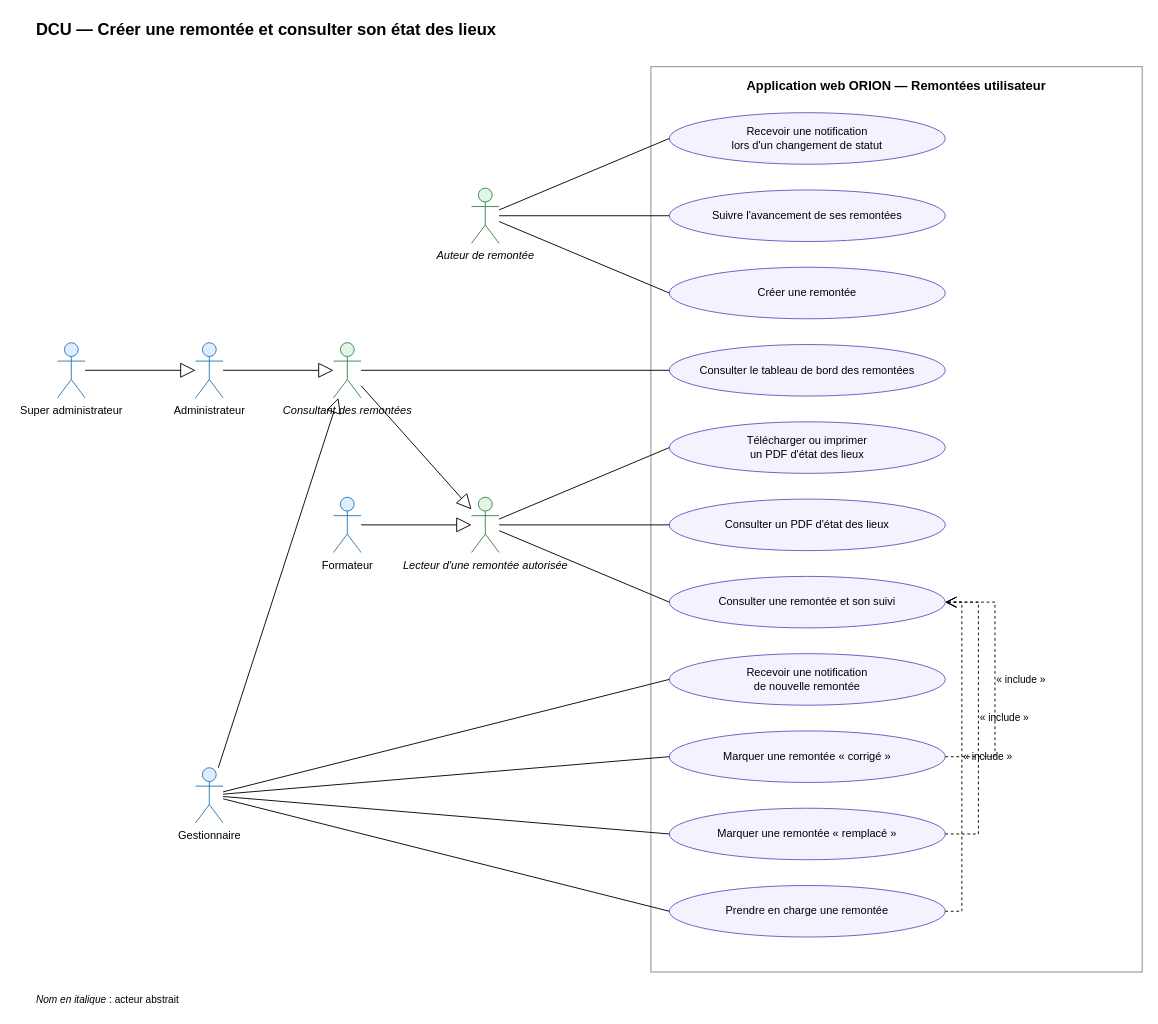
bpierrelouis/aster keeps this draw.io diagram as docs/02-ANALYSE/02-CAPTURE-DES-BESOINS/06-DCU-REMONTEES-UTILISATEUR.drawio. Above is the earlier version. Source tidied: cells renumbered, new cells numbered last; positions are measured from the earlier drawing's top-left corner, leaving out a move shared by most shapes. Both pictures are drawn from the tidied source at 92%, with x=0, y=0 at pixel (34, 16).
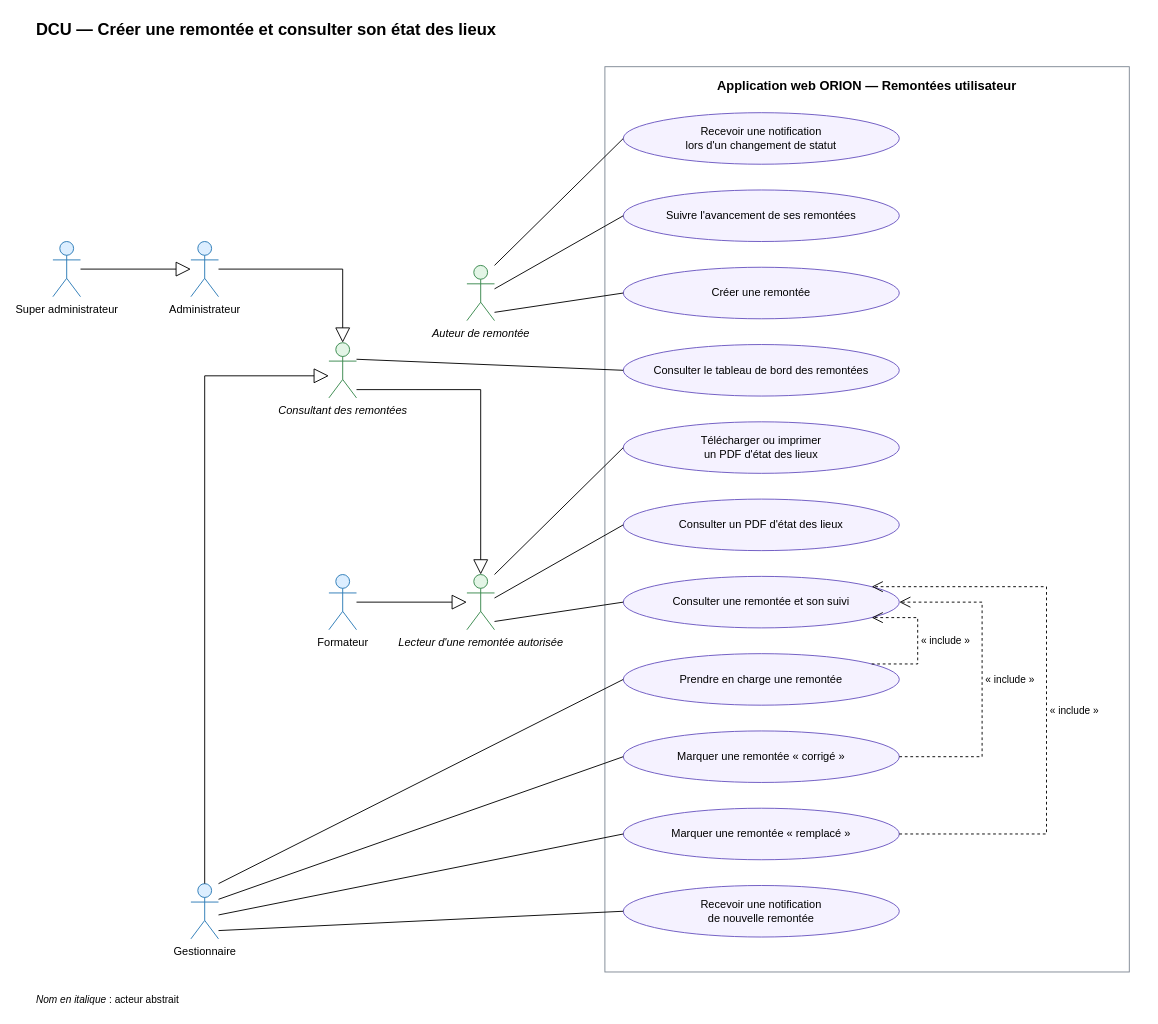
The same page after the edit.

The change refers to these unchanged cells:
```xml
<mxCell id="4" value="Créer une remontée" style="ellipse;whiteSpace=wrap;html=1;fontSize=12;fillColor=#F5F2FF;strokeColor=#6954C0;" parent="3" vertex="1">
  <mxGeometry x="20" y="218" width="300" height="56" as="geometry" />
</mxCell>
<mxCell id="5" value="Suivre l'avancement de ses remontées" style="ellipse;whiteSpace=wrap;html=1;fontSize=12;fillColor=#F5F2FF;strokeColor=#6954C0;" parent="3" vertex="1">
  <mxGeometry x="20" y="134" width="300" height="56" as="geometry" />
</mxCell>
<mxCell id="6" value="Consulter une remontée et son suivi" style="ellipse;whiteSpace=wrap;html=1;fontSize=12;fillColor=#F5F2FF;strokeColor=#6954C0;" parent="3" vertex="1">
  <mxGeometry x="20" y="554" width="300" height="56" as="geometry" />
</mxCell>
<mxCell id="7" value="Consulter un PDF d'état des lieux" style="ellipse;whiteSpace=wrap;html=1;fontSize=12;fillColor=#F5F2FF;strokeColor=#6954C0;" parent="3" vertex="1">
  <mxGeometry x="20" y="470" width="300" height="56" as="geometry" />
</mxCell>
<mxCell id="8" value="Télécharger ou imprimer&lt;br&gt;un PDF d'état des lieux" style="ellipse;whiteSpace=wrap;html=1;fontSize=12;fillColor=#F5F2FF;strokeColor=#6954C0;" parent="3" vertex="1">
  <mxGeometry x="20" y="386" width="300" height="56" as="geometry" />
</mxCell>
<mxCell id="9" value="Consulter le tableau de bord des remontées" style="ellipse;whiteSpace=wrap;html=1;fontSize=12;fillColor=#F5F2FF;strokeColor=#6954C0;" parent="3" vertex="1">
  <mxGeometry x="20" y="302" width="300" height="56" as="geometry" />
</mxCell>
<mxCell id="11" value="Marquer une remontée « remplacé »" style="ellipse;whiteSpace=wrap;html=1;fontSize=12;fillColor=#F5F2FF;strokeColor=#6954C0;" parent="3" vertex="1">
  <mxGeometry x="20" y="806" width="300" height="56" as="geometry" />
</mxCell>
<mxCell id="12" value="Marquer une remontée « corrigé »" style="ellipse;whiteSpace=wrap;html=1;fontSize=12;fillColor=#F5F2FF;strokeColor=#6954C0;" parent="3" vertex="1">
  <mxGeometry x="20" y="722" width="300" height="56" as="geometry" />
</mxCell>
<mxCell id="13" value="Recevoir une notification&lt;br&gt;lors d'un changement de statut" style="ellipse;whiteSpace=wrap;html=1;fontSize=12;fillColor=#F5F2FF;strokeColor=#6954C0;" parent="3" vertex="1">
  <mxGeometry x="20" y="50" width="300" height="56" as="geometry" />
</mxCell>
```

Change to the diagram source:
```diff
@@
     <mxCell id="3" value="Application web ORION — Remontées utilisateur" style="rounded=0;whiteSpace=wrap;html=1;verticalAlign=top;fontStyle=1;fontSize=14;fillColor=none;strokeColor=#7D8793;spacingTop=6;" parent="1" vertex="1">
-      <mxGeometry x="670" y="55" width="534" height="984" as="geometry" />
+      <mxGeometry x="620" y="55" width="570" height="984" as="geometry" />
     </mxCell>
@@
     <mxCell id="10" value="Prendre en charge une remontée" style="ellipse;whiteSpace=wrap;html=1;fontSize=12;fillColor=#F5F2FF;strokeColor=#6954C0;" parent="3" vertex="1">
-      <mxGeometry x="20" y="890" width="300" height="56" as="geometry" />
+      <mxGeometry x="20" y="638" width="300" height="56" as="geometry" />
     </mxCell>
@@
     <mxCell id="14" value="Recevoir une notification&lt;br&gt;de nouvelle remontée" style="ellipse;whiteSpace=wrap;html=1;fontSize=12;fillColor=#F5F2FF;strokeColor=#6954C0;" parent="3" vertex="1">
-      <mxGeometry x="20" y="638" width="300" height="56" as="geometry" />
+      <mxGeometry x="20" y="890" width="300" height="56" as="geometry" />
     </mxCell>
     <mxCell id="15" value="Auteur de remontée" style="shape=umlActor;verticalLabelPosition=bottom;verticalAlign=top;html=1;outlineConnect=0;fontSize=12;fillColor=#E3F5E6;strokeColor=#35864A;fontStyle=2;" parent="1" vertex="1">
-      <mxGeometry x="475" y="187" width="30" height="60" as="geometry" />
+      <mxGeometry x="470" y="271" width="30" height="60" as="geometry" />
     </mxCell>
     <mxCell id="16" value="Lecteur d'une remontée autorisée" style="shape=umlActor;verticalLabelPosition=bottom;verticalAlign=top;html=1;outlineConnect=0;fontSize=12;fillColor=#E3F5E6;strokeColor=#35864A;fontStyle=2;" parent="1" vertex="1">
-      <mxGeometry x="475" y="523" width="30" height="60" as="geometry" />
+      <mxGeometry x="470" y="607" width="30" height="60" as="geometry" />
     </mxCell>
     <mxCell id="17" value="Consultant des remontées" style="shape=umlActor;verticalLabelPosition=bottom;verticalAlign=top;html=1;outlineConnect=0;fontSize=12;fillColor=#E3F5E6;strokeColor=#35864A;fontStyle=2;" parent="1" vertex="1">
-      <mxGeometry x="325" y="355" width="30" height="60" as="geometry" />
+      <mxGeometry x="320" y="355" width="30" height="60" as="geometry" />
     </mxCell>
     <mxCell id="18" value="Formateur" style="shape=umlActor;verticalLabelPosition=bottom;verticalAlign=top;html=1;outlineConnect=0;fontSize=12;fillColor=#DCEEFF;strokeColor=#2878B5;" parent="1" vertex="1">
-      <mxGeometry x="325" y="523" width="30" height="60" as="geometry" />
+      <mxGeometry x="320" y="607" width="30" height="60" as="geometry" />
     </mxCell>
     <mxCell id="19" value="Administrateur" style="shape=umlActor;verticalLabelPosition=bottom;verticalAlign=top;html=1;outlineConnect=0;fontSize=12;fillColor=#DCEEFF;strokeColor=#2878B5;" parent="1" vertex="1">
-      <mxGeometry x="175" y="355" width="30" height="60" as="geometry" />
+      <mxGeometry x="170" y="245" width="30" height="60" as="geometry" />
     </mxCell>
     <mxCell id="20" value="Gestionnaire" style="shape=umlActor;verticalLabelPosition=bottom;verticalAlign=top;html=1;outlineConnect=0;fontSize=12;fillColor=#DCEEFF;strokeColor=#2878B5;" parent="1" vertex="1">
-      <mxGeometry x="175" y="817" width="30" height="60" as="geometry" />
+      <mxGeometry x="170" y="943" width="30" height="60" as="geometry" />
     </mxCell>
     <mxCell id="21" value="Super administrateur" style="shape=umlActor;verticalLabelPosition=bottom;verticalAlign=top;html=1;outlineConnect=0;fontSize=12;fillColor=#DCEEFF;strokeColor=#2878B5;" parent="1" vertex="1">
-      <mxGeometry x="25" y="355" width="30" height="60" as="geometry" />
+      <mxGeometry x="20" y="245" width="30" height="60" as="geometry" />
     </mxCell>
-    <mxCell id="22" style="endArrow=block;endFill=0;endSize=14;html=1;rounded=0;" parent="1" edge="1" source="18" target="16">
+    <mxCell id="22" style="endArrow=block;endFill=0;endSize=14;html=1;rounded=0;edgeStyle=none;exitX=1;exitY=0.5;exitDx=0;exitDy=0;exitPerimeter=0;entryX=0;entryY=0.5;entryDx=0;entryDy=0;entryPerimeter=0;" parent="1" edge="1" source="18" target="16">
       <mxGeometry relative="1" as="geometry" />
     </mxCell>
-    <mxCell id="23" style="endArrow=block;endFill=0;endSize=14;html=1;rounded=0;" parent="1" edge="1" source="19" target="17">
-      <mxGeometry relative="1" as="geometry" />
+    <mxCell id="23" style="endArrow=block;endFill=0;endSize=14;html=1;rounded=0;edgeStyle=none;exitX=1;exitY=0.5;exitDx=0;exitDy=0;exitPerimeter=0;entryX=0.5;entryY=0;entryDx=0;entryDy=0;entryPerimeter=0;" parent="1" edge="1" source="19" target="17">
+      <mxGeometry relative="1" as="geometry">
+        <Array as="points">
+          <mxPoint x="335" y="275" />
+        </Array>
+      </mxGeometry>
     </mxCell>
-    <mxCell id="24" style="endArrow=block;endFill=0;endSize=14;html=1;rounded=0;" parent="1" edge="1" source="20" target="17">
-      <mxGeometry relative="1" as="geometry" />
+    <mxCell id="24" style="endArrow=block;endFill=0;endSize=14;html=1;rounded=0;edgeStyle=none;exitX=0.5;exitY=0;exitDx=0;exitDy=0;exitPerimeter=0;entryX=0;entryY=0.6;entryDx=0;entryDy=0;entryPerimeter=0;" parent="1" edge="1" source="20" target="17">
+      <mxGeometry relative="1" as="geometry">
+        <Array as="points">
+          <mxPoint x="185" y="391" />
+        </Array>
+      </mxGeometry>
     </mxCell>
-    <mxCell id="25" style="endArrow=block;endFill=0;endSize=14;html=1;rounded=0;" parent="1" edge="1" source="17" target="16">
-      <mxGeometry relative="1" as="geometry" />
+    <mxCell id="25" style="endArrow=block;endFill=0;endSize=14;html=1;rounded=0;edgeStyle=none;exitX=1;exitY=0.85;exitDx=0;exitDy=0;exitPerimeter=0;entryX=0.5;entryY=0;entryDx=0;entryDy=0;entryPerimeter=0;" parent="1" edge="1" source="17" target="16">
+      <mxGeometry relative="1" as="geometry">
+        <Array as="points">
+          <mxPoint x="485" y="406" />
+        </Array>
+      </mxGeometry>
     </mxCell>
-    <mxCell id="26" style="endArrow=block;endFill=0;endSize=14;html=1;rounded=0;" parent="1" edge="1" source="21" target="19">
+    <mxCell id="26" style="endArrow=block;endFill=0;endSize=14;html=1;rounded=0;edgeStyle=none;exitX=1;exitY=0.5;exitDx=0;exitDy=0;exitPerimeter=0;entryX=0;entryY=0.5;entryDx=0;entryDy=0;entryPerimeter=0;" parent="1" edge="1" source="21" target="19">
       <mxGeometry relative="1" as="geometry" />
     </mxCell>
-    <mxCell id="27" style="endArrow=none;html=1;rounded=0;entryX=0;entryY=0.5;entryDx=0;entryDy=0;" parent="1" edge="1" source="15" target="4">
+    <mxCell id="27" style="endArrow=none;html=1;rounded=0;edgeStyle=none;exitX=1;exitY=0.85;exitDx=0;exitDy=0;exitPerimeter=0;entryX=0;entryY=0.5;entryDx=0;entryDy=0;entryPerimeter=0;" parent="1" edge="1" source="15" target="4">
       <mxGeometry relative="1" as="geometry" />
     </mxCell>
-    <mxCell id="28" style="endArrow=none;html=1;rounded=0;entryX=0;entryY=0.5;entryDx=0;entryDy=0;" parent="1" edge="1" source="15" target="5">
+    <mxCell id="28" style="endArrow=none;html=1;rounded=0;edgeStyle=none;exitX=1;exitY=0.425;exitDx=0;exitDy=0;exitPerimeter=0;entryX=0;entryY=0.5;entryDx=0;entryDy=0;entryPerimeter=0;" parent="1" edge="1" source="15" target="5">
       <mxGeometry relative="1" as="geometry" />
     </mxCell>
-    <mxCell id="29" style="endArrow=none;html=1;rounded=0;entryX=0;entryY=0.5;entryDx=0;entryDy=0;" parent="1" edge="1" source="16" target="6">
+    <mxCell id="29" style="endArrow=none;html=1;rounded=0;edgeStyle=none;exitX=1;exitY=0.85;exitDx=0;exitDy=0;exitPerimeter=0;entryX=0;entryY=0.5;entryDx=0;entryDy=0;entryPerimeter=0;" parent="1" edge="1" source="16" target="6">
       <mxGeometry relative="1" as="geometry" />
     </mxCell>
-    <mxCell id="30" style="endArrow=none;html=1;rounded=0;entryX=0;entryY=0.5;entryDx=0;entryDy=0;" parent="1" edge="1" source="16" target="7">
+    <mxCell id="30" style="endArrow=none;html=1;rounded=0;edgeStyle=none;exitX=1;exitY=0.425;exitDx=0;exitDy=0;exitPerimeter=0;entryX=0;entryY=0.5;entryDx=0;entryDy=0;entryPerimeter=0;" parent="1" edge="1" source="16" target="7">
       <mxGeometry relative="1" as="geometry" />
     </mxCell>
-    <mxCell id="31" style="endArrow=none;html=1;rounded=0;entryX=0;entryY=0.5;entryDx=0;entryDy=0;" parent="1" edge="1" source="16" target="8">
+    <mxCell id="31" style="endArrow=none;html=1;rounded=0;edgeStyle=none;exitX=1;exitY=0.0;exitDx=0;exitDy=0;exitPerimeter=0;entryX=0;entryY=0.5;entryDx=0;entryDy=0;entryPerimeter=0;" parent="1" edge="1" source="16" target="8">
       <mxGeometry relative="1" as="geometry" />
     </mxCell>
-    <mxCell id="32" style="endArrow=none;html=1;rounded=0;entryX=0;entryY=0.5;entryDx=0;entryDy=0;" parent="1" edge="1" source="17" target="9">
+    <mxCell id="32" style="endArrow=none;html=1;rounded=0;edgeStyle=none;exitX=1;exitY=0.3;exitDx=0;exitDy=0;exitPerimeter=0;entryX=0;entryY=0.5;entryDx=0;entryDy=0;entryPerimeter=0;" parent="1" edge="1" source="17" target="9">
       <mxGeometry relative="1" as="geometry" />
     </mxCell>
-    <mxCell id="33" style="endArrow=none;html=1;rounded=0;entryX=0;entryY=0.5;entryDx=0;entryDy=0;" parent="1" edge="1" source="20" target="10">
+    <mxCell id="33" style="endArrow=none;html=1;rounded=0;edgeStyle=none;exitX=1;exitY=0.0;exitDx=0;exitDy=0;exitPerimeter=0;entryX=0;entryY=0.5;entryDx=0;entryDy=0;entryPerimeter=0;" parent="1" edge="1" source="20" target="10">
       <mxGeometry relative="1" as="geometry" />
     </mxCell>
-    <mxCell id="34" style="endArrow=none;html=1;rounded=0;entryX=0;entryY=0.5;entryDx=0;entryDy=0;" parent="1" edge="1" source="20" target="11">
+    <mxCell id="34" style="endArrow=none;html=1;rounded=0;edgeStyle=none;exitX=1;exitY=0.5666666666666667;exitDx=0;exitDy=0;exitPerimeter=0;entryX=0;entryY=0.5;entryDx=0;entryDy=0;entryPerimeter=0;" parent="1" edge="1" source="20" target="11">
       <mxGeometry relative="1" as="geometry" />
     </mxCell>
-    <mxCell id="35" style="endArrow=none;html=1;rounded=0;entryX=0;entryY=0.5;entryDx=0;entryDy=0;" parent="1" edge="1" source="20" target="12">
+    <mxCell id="35" style="endArrow=none;html=1;rounded=0;edgeStyle=none;exitX=1;exitY=0.2833333333333333;exitDx=0;exitDy=0;exitPerimeter=0;entryX=0;entryY=0.5;entryDx=0;entryDy=0;entryPerimeter=0;" parent="1" edge="1" source="20" target="12">
       <mxGeometry relative="1" as="geometry" />
     </mxCell>
-    <mxCell id="36" style="endArrow=none;html=1;rounded=0;entryX=0;entryY=0.5;entryDx=0;entryDy=0;" parent="1" edge="1" source="15" target="13">
+    <mxCell id="36" style="endArrow=none;html=1;rounded=0;edgeStyle=none;exitX=1;exitY=0.0;exitDx=0;exitDy=0;exitPerimeter=0;entryX=0;entryY=0.5;entryDx=0;entryDy=0;entryPerimeter=0;" parent="1" edge="1" source="15" target="13">
       <mxGeometry relative="1" as="geometry" />
     </mxCell>
-    <mxCell id="37" style="endArrow=none;html=1;rounded=0;entryX=0;entryY=0.5;entryDx=0;entryDy=0;" parent="1" edge="1" source="20" target="14">
+    <mxCell id="37" style="endArrow=none;html=1;rounded=0;edgeStyle=none;exitX=1;exitY=0.85;exitDx=0;exitDy=0;exitPerimeter=0;entryX=0;entryY=0.5;entryDx=0;entryDy=0;entryPerimeter=0;" parent="1" edge="1" source="20" target="14">
       <mxGeometry relative="1" as="geometry" />
     </mxCell>
-    <mxCell id="38" value="« include »" style="endArrow=open;endSize=10;dashed=1;html=1;rounded=0;fontSize=11;labelBackgroundColor=#ffffff;edgeStyle=orthogonalEdgeStyle;exitX=1;exitY=0.5;entryX=1;entryY=0.5;labelPosition=right;align=left;" parent="3" edge="1" source="10" target="6">
+    <mxCell id="38" value="« include »" style="endArrow=open;endSize=10;dashed=1;html=1;rounded=0;fontSize=11;labelBackgroundColor=#ffffff;labelPosition=right;align=left;edgeStyle=none;exitX=0.9;exitY=0.2;exitDx=0;exitDy=0;exitPerimeter=0;entryX=0.8999999999999999;entryY=0.8;entryDx=0;entryDy=0;entryPerimeter=0;" parent="3" edge="1" source="10" target="6">
       <mxGeometry relative="1" as="geometry">
         <Array as="points">
-          <mxPoint x="338" y="918" />
-          <mxPoint x="338" y="582" />
+          <mxPoint x="340" y="649.2" />
+          <mxPoint x="340" y="598.8" />
         </Array>
+        <mxPoint x="2" as="offset" />
       </mxGeometry>
     </mxCell>
-    <mxCell id="39" value="« include »" style="endArrow=open;endSize=10;dashed=1;html=1;rounded=0;fontSize=11;labelBackgroundColor=#ffffff;edgeStyle=orthogonalEdgeStyle;exitX=1;exitY=0.5;entryX=1;entryY=0.5;labelPosition=right;align=left;" parent="3" edge="1" source="11" target="6">
+    <mxCell id="39" value="« include »" style="endArrow=open;endSize=10;dashed=1;html=1;rounded=0;fontSize=11;labelBackgroundColor=#ffffff;labelPosition=right;align=left;edgeStyle=none;exitX=1.0;exitY=0.5;exitDx=0;exitDy=0;exitPerimeter=0;entryX=0.9;entryY=0.2;entryDx=0;entryDy=0;entryPerimeter=0;" parent="3" edge="1" source="11" target="6">
       <mxGeometry relative="1" as="geometry">
         <Array as="points">
-          <mxPoint x="356" y="834" />
-          <mxPoint x="356" y="582" />
+          <mxPoint x="480" y="834" />
+          <mxPoint x="480" y="565.2" />
         </Array>
+        <mxPoint x="2" y="15" as="offset" />
       </mxGeometry>
     </mxCell>
-    <mxCell id="40" value="« include »" style="endArrow=open;endSize=10;dashed=1;html=1;rounded=0;fontSize=11;labelBackgroundColor=#ffffff;edgeStyle=orthogonalEdgeStyle;exitX=1;exitY=0.5;entryX=1;entryY=0.5;labelPosition=right;align=left;" parent="3" edge="1" source="12" target="6">
+    <mxCell id="40" value="« include »" style="endArrow=open;endSize=10;dashed=1;html=1;rounded=0;fontSize=11;labelBackgroundColor=#ffffff;labelPosition=right;align=left;edgeStyle=none;exitX=1.0;exitY=0.5;exitDx=0;exitDy=0;exitPerimeter=0;entryX=1.0;entryY=0.5;entryDx=0;entryDy=0;entryPerimeter=0;" parent="3" edge="1" source="12" target="6">
       <mxGeometry relative="1" as="geometry">
         <Array as="points">
-          <mxPoint x="374" y="750" />
-          <mxPoint x="374" y="582" />
+          <mxPoint x="410" y="750" />
+          <mxPoint x="410" y="582" />
         </Array>
+        <mxPoint x="2" as="offset" />
       </mxGeometry>
     </mxCell>
```
